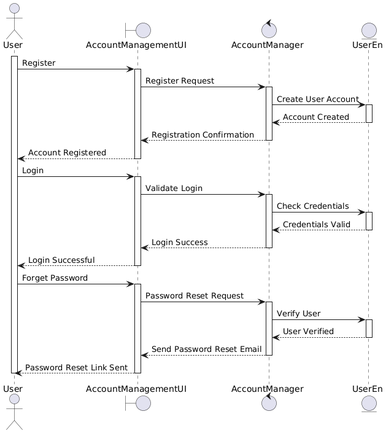
KuaLiMin/ShopBlock keeps this PlantUML diagram as lab2/diagrams/AccManagement_Sequence_Diagram.png. Above is the earlier version. Source of this version:
```plantuml
@startuml
actor User as U
boundary AccountManagementUI as AUI
control AccountManager as AM
entity UserEn as UA

activate U

U -> AUI : Register
activate AUI
AUI -> AM : Register Request
activate AM
AM -> UA : Create User Account
activate UA
UA --> AM : Account Created
deactivate UA
AM --> AUI : Registration Confirmation
deactivate AM
AUI --> U : Account Registered
deactivate AUI

U -> AUI : Login
activate AUI
AUI -> AM : Validate Login
activate AM
AM -> UA : Check Credentials
activate UA
UA --> AM : Credentials Valid
deactivate UA
AM --> AUI : Login Success
deactivate AM
AUI --> U : Login Successful
deactivate AUI

U -> AUI : Forget Password
activate AUI
AUI -> AM : Password Reset Request
activate AM
AM -> UA : Verify User
activate UA
UA --> AM : User Verified
deactivate UA
AM --> AUI : Send Password Reset Email
deactivate AM
AUI --> U : Password Reset Link Sent
deactivate AUI

deactivate U
@enduml
```
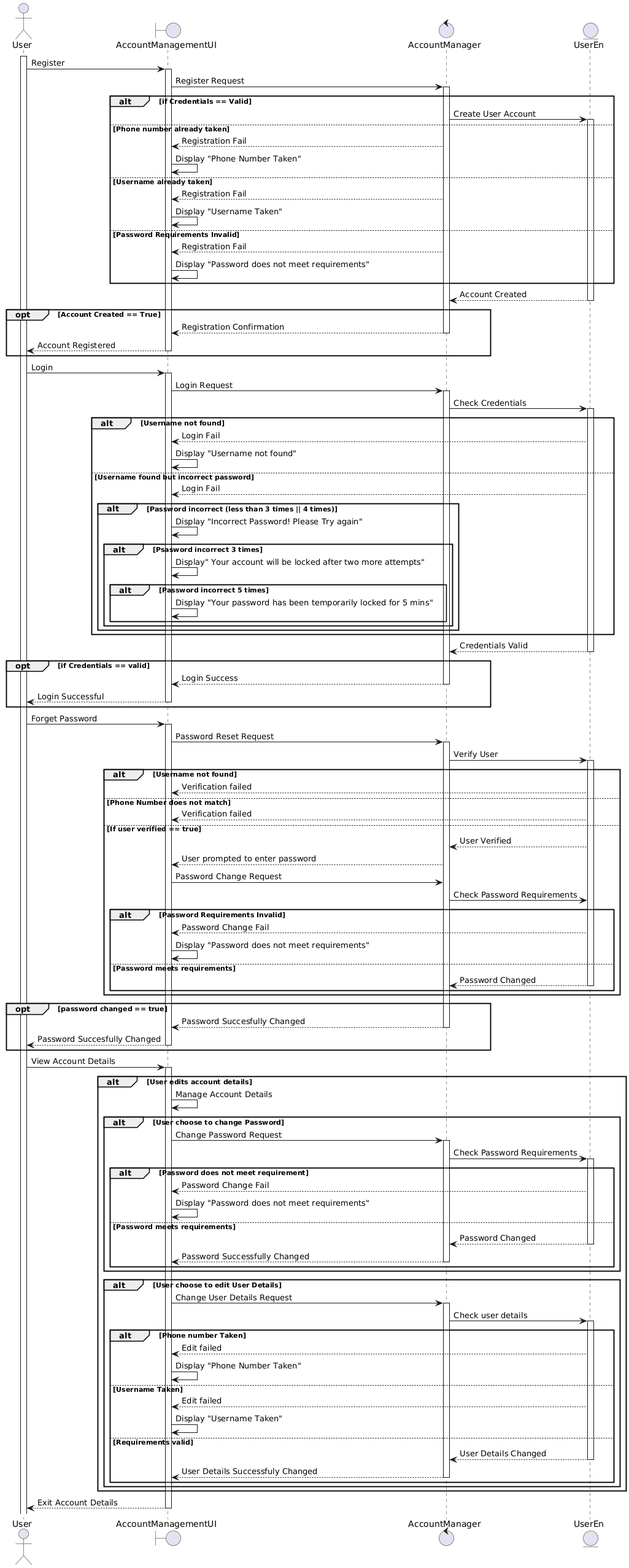
Above is the later version.

What changed in the source:
```diff
@@ -10,27 +10,57 @@
 activate AUI
 AUI -> AM : Register Request
 activate AM
-AM -> UA : Create User Account
-activate UA
+  alt if Credentials == Valid
+  AM -> UA : Create User Account
+  activate UA
+  else Phone number already taken
+  AM --> AUI: Registration Fail
+  AUI -> AUI: Display "Phone Number Taken"
+  else Username already taken
+  AM --> AUI: Registration Fail
+  AUI -> AUI: Display "Username Taken"
+  else Password Requirements Invalid
+  AM --> AUI: Registration Fail
+  AUI -> AUI: Display "Password does not meet requirements"
+  end
 UA --> AM : Account Created
 deactivate UA
-AM --> AUI : Registration Confirmation
-deactivate AM
-AUI --> U : Account Registered
-deactivate AUI
+  opt Account Created == True
+  AM --> AUI : Registration Confirmation
+  deactivate AM
+  AUI --> U : Account Registered
+  deactivate AUI
+  end
 
 U -> AUI : Login
 activate AUI
-AUI -> AM : Validate Login
+AUI -> AM : Login Request
 activate AM
 AM -> UA : Check Credentials
 activate UA
+  alt Username not found
+  UA --> AUI: Login Fail
+  AUI -> AUI: Display "Username not found"
+  else Username found but incorrect password
+  UA --> AUI: Login Fail
+  alt Password incorrect (less than 3 times || 4 times)
+    AUI -> AUI: Display "Incorrect Password! Please Try again"
+      alt Psasword incorrect 3 times
+      AUI -> AUI: Display" Your account will be locked after two more attempts"
+        alt Password incorrect 5 times
+        AUI -> AUI: Display "Your password has been temporarily locked for 5 mins"
+        end
+      end
+    end
+  end
 UA --> AM : Credentials Valid
 deactivate UA
-AM --> AUI : Login Success
-deactivate AM
-AUI --> U : Login Successful
-deactivate AUI
+  opt if Credentials == valid
+  AM --> AUI : Login Success
+  deactivate AM
+  AUI --> U : Login Successful
+  deactivate AUI
+  end
 
 U -> AUI : Forget Password
 activate AUI
@@ -38,12 +68,69 @@
 activate AM
 AM -> UA : Verify User
 activate UA
-UA --> AM : User Verified
-deactivate UA
-AM --> AUI : Send Password Reset Email
-deactivate AM
-AUI --> U : Password Reset Link Sent
+  alt Username not found
+  UA --> AUI: Verification failed
+  else Phone Number does not match
+  UA --> AUI: Verification failed
+  else If user verified == true
+  UA --> AM : User Verified
+  AM --> AUI: User prompted to enter password
+  AUI -> AM: Password Change Request
+  AM -> UA: Check Password Requirements
+    alt Password Requirements Invalid
+    UA --> AUI: Password Change Fail
+    AUI -> AUI: Display "Password does not meet requirements"
+    else Password meets requirements
+    UA --> AM: Password Changed
+    deactivate UA
+    end
+  end
+
+  opt password changed == true
+  AM --> AUI : Password Succesfully Changed
+  deactivate AM
+  AUI --> U : Password Succesfully Changed
+  deactivate AUI
+  end
+
+U -> AUI: View Account Details
+activate AUI
+  alt User edits account details
+  AUI -> AUI: Manage Account Details
+    alt User choose to change Password
+    AUI->AM: Change Password Request
+    activate AM
+    AM->UA: Check Password Requirements
+    activate UA
+      alt Password does not meet requirement
+      UA --> AUI: Password Change Fail
+      AUI -> AUI: Display "Password does not meet requirements"
+      else Password meets requirements
+      UA --> AM: Password Changed
+      deactivate UA
+      AM-->AUI: Password Successfully Changed
+      deactivate AM
+      end
+    end
+    alt User choose to edit User Details
+    AUI->AM: Change User Details Request
+    activate AM
+    AM -> UA: Check user details
+    activate UA
+      alt Phone number Taken
+      UA --> AUI: Edit failed
+      AUI -> AUI: Display "Phone Number Taken"
+      else Username Taken
+      UA --> AUI: Edit failed
+      AUI -> AUI: Display "Username Taken"
+      else Requirements valid
+      UA-->AM: User Details Changed
+      deactivate UA
+      AM-->AUI: User Details Successfuly Changed
+      deactivate AM
+      end
+    end
+  end
+AUI-->U: Exit Account Details
 deactivate AUI
-
-deactivate U
 @enduml
```
